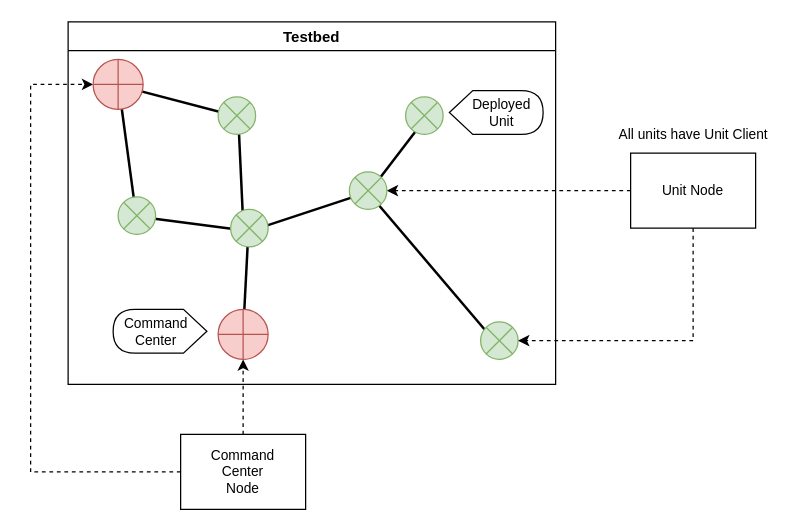
This is page "Page-1" (1 of 2) of docs/figures/modules_diagram.drawio from mido3ds/C4IAN, a draw.io file, before an edit. Source tidied: cells renumbered, new cells numbered last; positions are measured from the earlier drawing's top-left corner, leaving out a move shared by most shapes. Both pictures are drawn from the tidied source at 125%, with x=0, y=0 at pixel (30, 21).
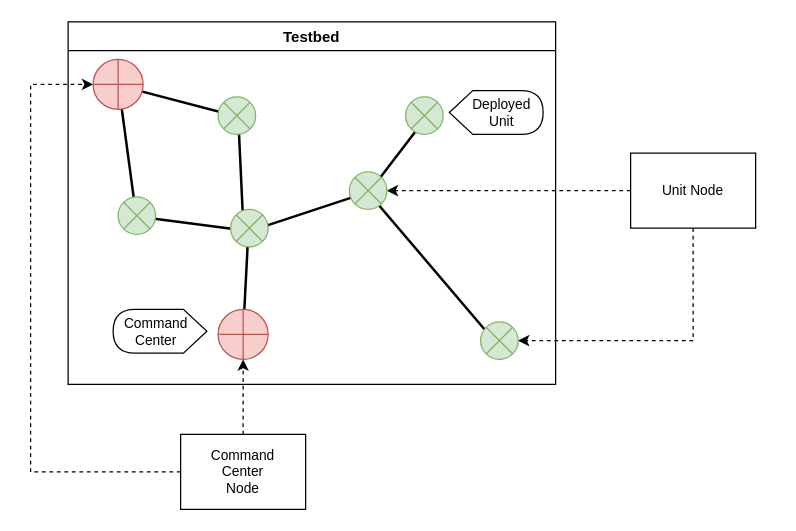
Above is the later version.

Commit message (it also covers changes not shown here):
Updated the nodes diagram

What changed in the source:
```diff
@@
-    <mxCell id="25" value="All units have Unit Client" style="text;html=1;align=center;verticalAlign=middle;fontSize=11;" parent="1" vertex="1">
-      <mxGeometry x="465" y="80" width="130" height="20" as="geometry" />
-    </mxCell>
```
